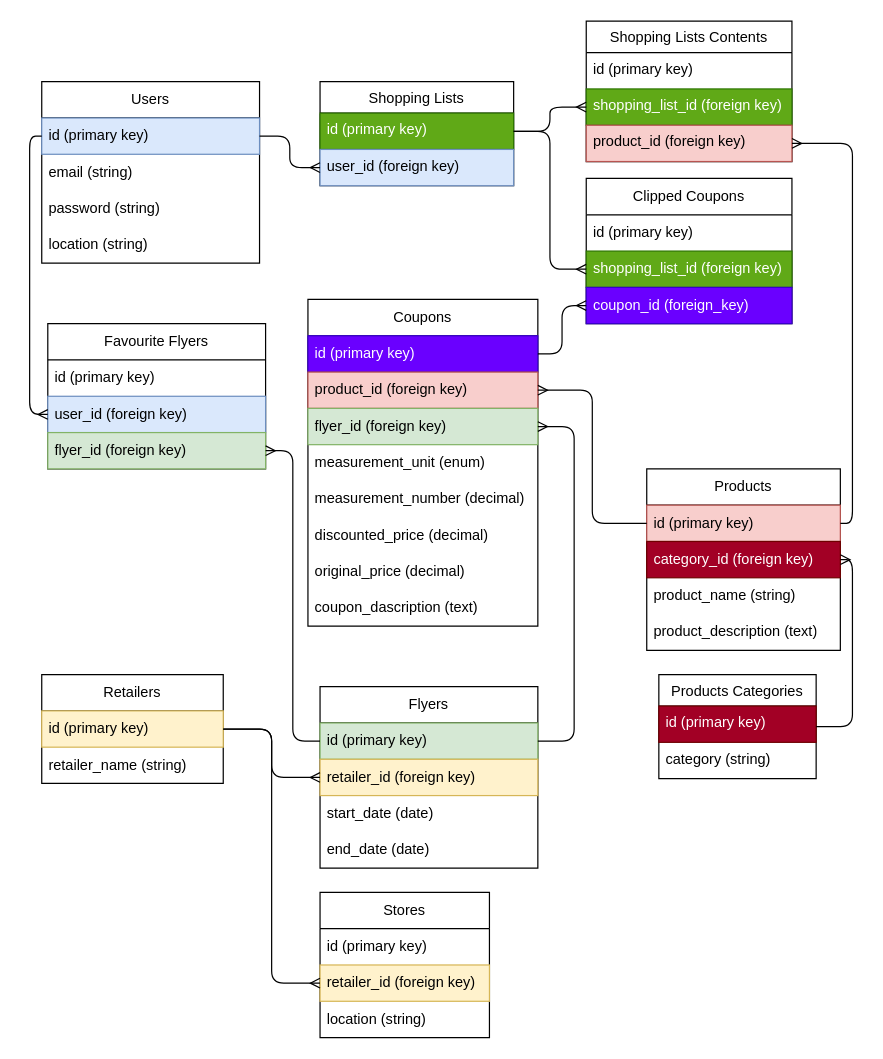
Above: db-schema/relational_data_model.drawio in LaraCroftDev/flipp-app (draw.io), before the change. Source tidied: cells renumbered, new cells numbered last; positions are measured from the earlier drawing's top-left corner, leaving out a move shared by most shapes. Both pictures are drawn from the tidied source at 121%, with x=0, y=0 at pixel (41, 21).
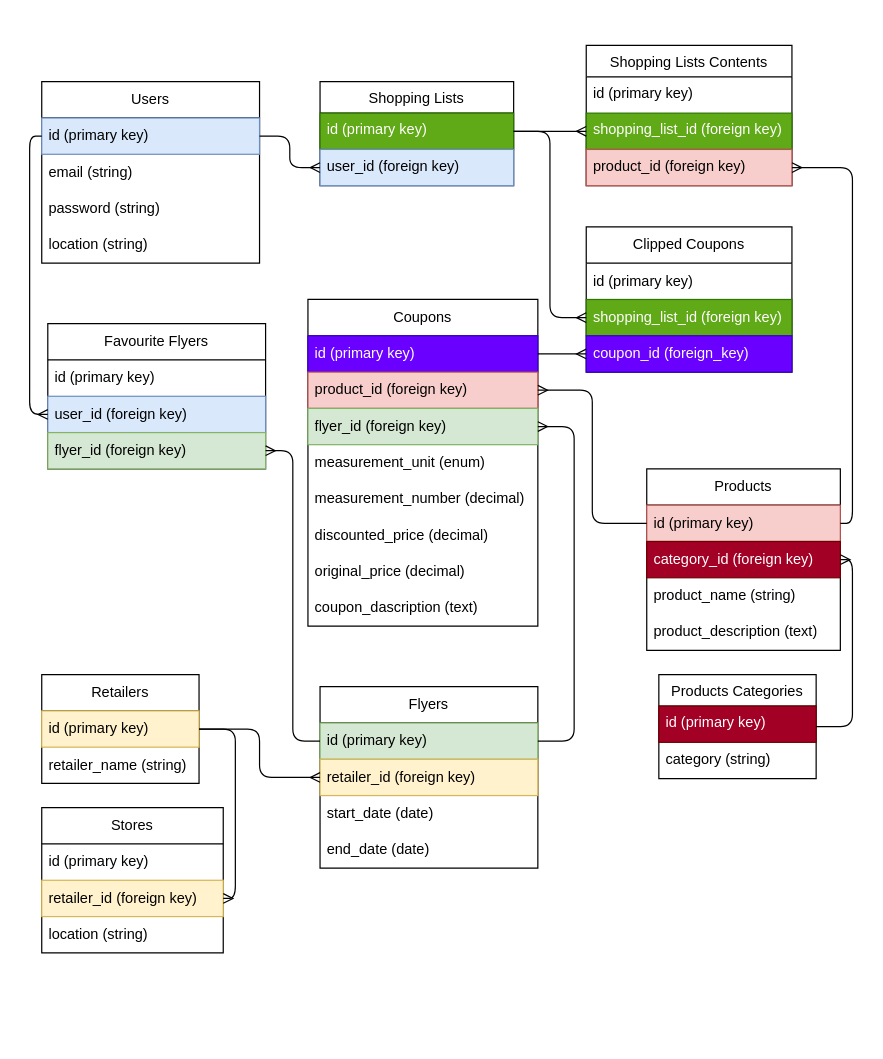
The same diagram, later.

Commit message (it also covers changes not shown here):
updated data models

What changed in the source:
```diff
@@
     <mxCell id="7" value="Retailers" style="swimlane;fontStyle=0;horizontal=1;startSize=30;whiteSpace=wrap;html=1;" parent="1" vertex="1">
-      <mxGeometry y="540" width="150" height="90" as="geometry" />
+      <mxGeometry y="540" width="130" height="90" as="geometry" />
     </mxCell>
     <mxCell id="8" value="id (primary key)" style="text;strokeColor=#d6b656;fillColor=#fff2cc;align=left;verticalAlign=middle;spacingLeft=4;spacingRight=4;overflow=hidden;points=[[0,0.5],[1,0.5]];portConstraint=eastwest;whiteSpace=wrap;html=1;" parent="7" vertex="1">
-      <mxGeometry y="30" width="150" height="30" as="geometry" />
+      <mxGeometry y="30" width="130" height="30" as="geometry" />
     </mxCell>
     <mxCell id="9" value="retailer_name (string)" style="text;strokeColor=none;fillColor=none;align=left;verticalAlign=middle;spacingLeft=4;spacingRight=4;overflow=hidden;whiteSpace=wrap;html=1;" parent="7" vertex="1">
-      <mxGeometry y="60" width="150" height="30" as="geometry" />
+      <mxGeometry y="60" width="130" height="30" as="geometry" />
     </mxCell>
     <mxCell id="10" value="Stores" style="swimlane;fontStyle=0;horizontal=1;startSize=30;whiteSpace=wrap;html=1;" parent="1" vertex="1">
-      <mxGeometry x="230" y="720" width="140" height="120" as="geometry" />
+      <mxGeometry y="650" width="150" height="120" as="geometry" />
     </mxCell>
     <mxCell id="11" value="id (primary key)" style="text;align=left;verticalAlign=middle;spacingLeft=4;spacingRight=4;overflow=hidden;whiteSpace=wrap;html=1;" parent="10" vertex="1">
-      <mxGeometry y="30" width="140" height="30" as="geometry" />
+      <mxGeometry y="30" width="150" height="30" as="geometry" />
     </mxCell>
     <mxCell id="12" value="retailer_id (foreign key)" style="text;strokeColor=#d6b656;fillColor=#fff2cc;align=left;verticalAlign=middle;spacingLeft=4;spacingRight=4;overflow=hidden;points=[[0,0.5],[1,0.5]];portConstraint=eastwest;whiteSpace=wrap;html=1;" parent="10" vertex="1">
-      <mxGeometry y="60" width="140" height="30" as="geometry" />
+      <mxGeometry y="60" width="150" height="30" as="geometry" />
     </mxCell>
     <mxCell id="13" value="location (string)" style="text;strokeColor=none;fillColor=none;align=left;verticalAlign=middle;spacingLeft=4;spacingRight=4;overflow=hidden;whiteSpace=wrap;html=1;" parent="10" vertex="1">
-      <mxGeometry y="90" width="140" height="30" as="geometry" />
+      <mxGeometry y="90" width="150" height="30" as="geometry" />
     </mxCell>
-    <mxCell id="14" style="edgeStyle=orthogonalEdgeStyle;fontSize=12;html=1;endArrow=ERmany;entryX=0;entryY=0.5;entryDx=0;entryDy=0;exitX=1;exitY=0.5;exitDx=0;exitDy=0;" parent="1" edge="1" source="8" target="12">
-      <mxGeometry relative="1" as="geometry" />
-    </mxCell>
@@
     <mxCell id="36" value="Clipped Coupons" style="swimlane;fontStyle=0;horizontal=1;startSize=30;whiteSpace=wrap;html=1;" parent="1" vertex="1">
-      <mxGeometry x="450" y="130" width="170" height="120" as="geometry" />
+      <mxGeometry x="450" y="170" width="170" height="120" as="geometry" />
     </mxCell>
@@
     <mxCell id="40" value="Shopping Lists Contents" style="swimlane;fontStyle=0;horizontal=1;startSize=26;align=center;fontSize=12;" parent="1" vertex="1">
-      <mxGeometry x="450" width="170" height="116" as="geometry" />
+      <mxGeometry x="450" y="20" width="170" height="116" as="geometry" />
     </mxCell>
@@
+    <mxCell id="14" style="edgeStyle=orthogonalEdgeStyle;fontSize=12;html=1;endArrow=ERmany;entryX=1;entryY=0.5;entryDx=0;entryDy=0;exitX=1;exitY=0.5;exitDx=0;exitDy=0;" parent="1" edge="1" source="8" target="12">
+      <mxGeometry relative="1" as="geometry" />
+    </mxCell>
```
